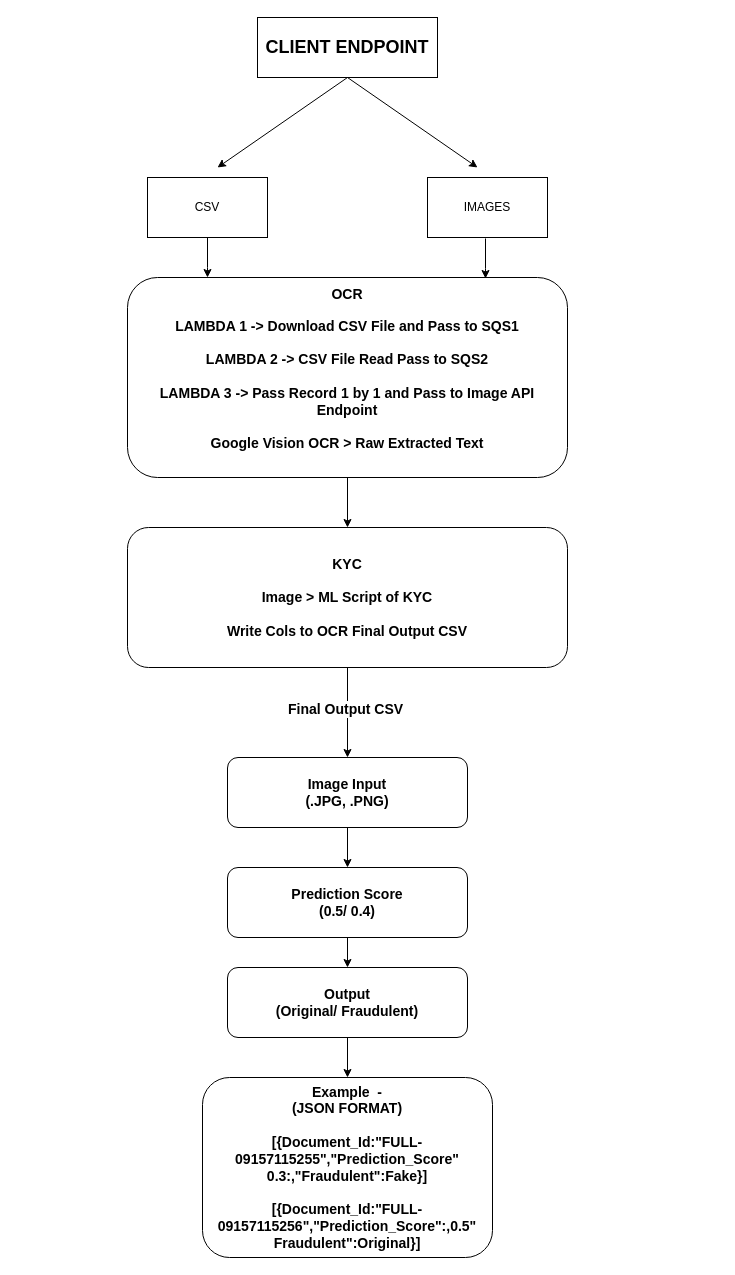
rushikesh-mallanath/draw keeps this draw.io diagram as Progress.drawio. Above is the earlier version. Source tidied: cells renumbered, new cells numbered last; positions are measured from the earlier drawing's top-left corner, leaving out a move shared by most shapes. Both pictures are drawn from the tidied source at 100%, with x=0, y=0 at pixel (127, 17).
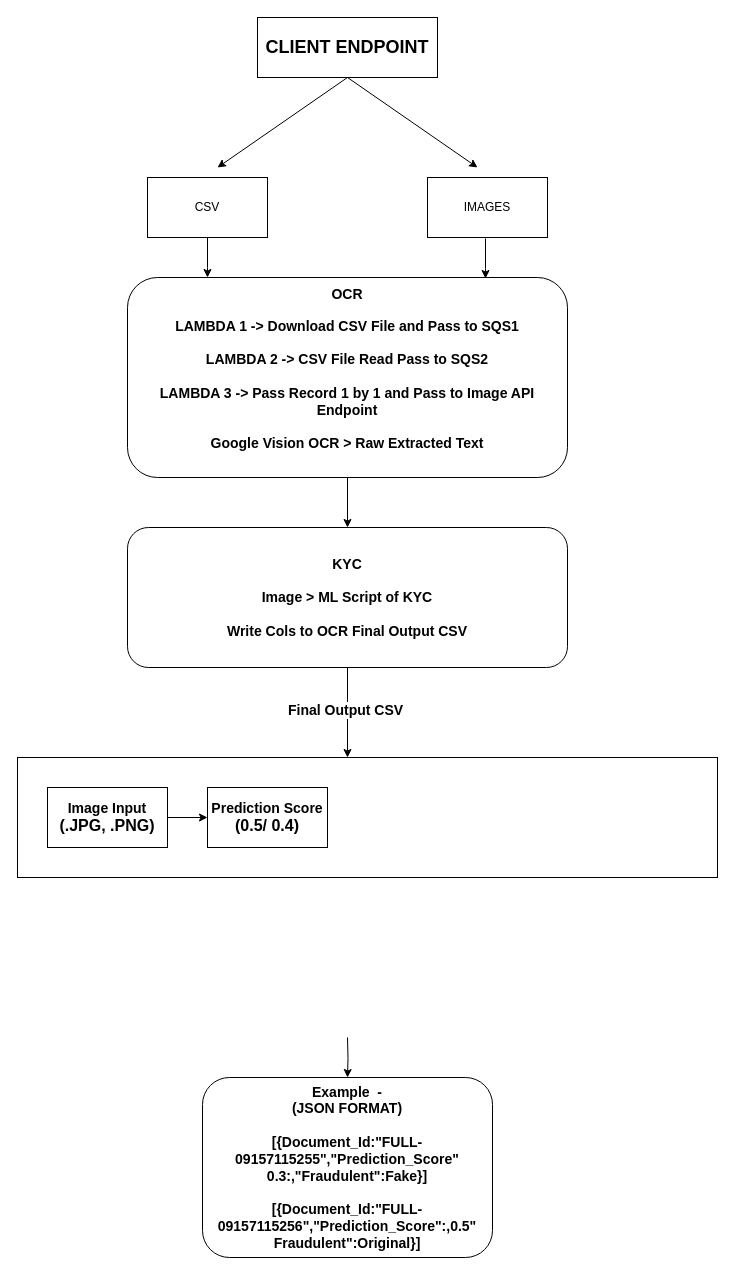
The same page after the edit.

The change refers to these unchanged cells:
```xml
<mxCell id="12" value="&lt;font style=&quot;font-size: 14px;&quot;&gt;&lt;b&gt;KYC&lt;br&gt;&lt;br&gt;Image &amp;gt; ML Script of KYC&lt;br&gt;&lt;br&gt;Write Cols to OCR Final Output CSV&lt;/b&gt;&lt;/font&gt;&lt;span style=&quot;font-size: 14px;&quot;&gt;&lt;b&gt;&lt;br&gt;&lt;/b&gt;&lt;/span&gt;" style="rounded=1;whiteSpace=wrap;html=1;align=center;" parent="1" vertex="1">
  <mxGeometry y="510" width="440" height="140" as="geometry" />
</mxCell>
```

The edit, as a diff of the source:
```diff
@@
+    <mxCell id="22" style="rounded=0;whiteSpace=wrap;html=1;" parent="1" vertex="1">
+      <mxGeometry x="-110" y="740" width="700" height="120" as="geometry" />
+    </mxCell>
@@
-    <mxCell id="10" style="edgeStyle=orthogonalEdgeStyle;rounded=0;jettySize=auto;html=1;entryX=0.5;entryY=0;entryDx=0;entryDy=0;" parent="1" edge="1" source="12" target="16">
-      <mxGeometry relative="1" as="geometry" />
+    <mxCell id="10" style="edgeStyle=orthogonalEdgeStyle;rounded=0;jettySize=auto;html=1;entryX=0.5;entryY=0;entryDx=0;entryDy=0;" parent="1" edge="1" source="12">
+      <mxGeometry relative="1" as="geometry">
+        <mxPoint x="220" y="740" as="targetPoint" />
+      </mxGeometry>
     </mxCell>
@@
-    <mxCell id="15" style="edgeStyle=orthogonalEdgeStyle;rounded=0;jettySize=auto;html=1;" parent="1" edge="1" source="16" target="18">
-      <mxGeometry relative="1" as="geometry" />
+    <mxCell id="15" style="edgeStyle=orthogonalEdgeStyle;rounded=0;orthogonalLoop=1;jettySize=auto;html=1;" parent="1" edge="1">
+      <mxGeometry relative="1" as="geometry">
+        <mxPoint x="220" y="810" as="sourcePoint" />
+      </mxGeometry>
     </mxCell>
+    <mxCell id="17" style="edgeStyle=orthogonalEdgeStyle;rounded=0;orthogonalLoop=1;jettySize=auto;html=1;" parent="1" edge="1">
+      <mxGeometry relative="1" as="geometry">
+        <mxPoint x="220" y="920" as="sourcePoint" />
+      </mxGeometry>
+    </mxCell>
+    <mxCell id="19" style="edgeStyle=orthogonalEdgeStyle;rounded=0;jettySize=auto;html=1;" parent="1" edge="1" target="21">
+      <mxGeometry relative="1" as="geometry">
+        <mxPoint x="220" y="1020" as="sourcePoint" />
+      </mxGeometry>
+    </mxCell>
+    <mxCell id="21" value="&lt;font style=&quot;&quot;&gt;&lt;font style=&quot;font-size: 14px;&quot;&gt;&lt;b&gt;&lt;font style=&quot;&quot;&gt;Example&lt;/font&gt;&lt;/b&gt;&lt;b style=&quot;border-color: var(--border-color); background-color: rgb(255, 255, 255);&quot;&gt;&amp;nbsp;&lt;/b&gt;&lt;b&gt;&lt;font style=&quot;&quot;&gt;&amp;nbsp;-&lt;br&gt;(JSON FORMAT)&lt;br&gt;&lt;br&gt;[{Document_Id:&quot;FULL-09157115255&quot;,&quot;Prediction_Score&quot; 0.3:,&quot;Fraudulent&quot;:Fake}]&lt;br&gt;&lt;/font&gt;&lt;br&gt;[{Document_Id:&quot;FULL-09157115256&quot;,&quot;Prediction_Score&quot;:,0.5&quot;&lt;br&gt;Fraudulent&quot;:Original}]&lt;/b&gt;&lt;/font&gt;&lt;br&gt;&lt;/font&gt;" style="rounded=1;whiteSpace=wrap;html=1;align=center;" parent="1" vertex="1">
+      <mxGeometry x="75" y="1060" width="290" height="180" as="geometry" />
+    </mxCell>
+    <mxCell id="23" style="edgeStyle=orthogonalEdgeStyle;rounded=0;jettySize=auto;html=1;" parent="1" edge="1" source="16" target="18">
+      <mxGeometry relative="1" as="geometry" />
+    </mxCell>
-    <mxCell id="16" value="&lt;font style=&quot;font-size: 14px;&quot;&gt;&lt;b&gt;Image Input&lt;br&gt;(.JPG, .PNG)&lt;br&gt;&lt;/b&gt;&lt;/font&gt;" style="rounded=1;whiteSpace=wrap;html=1;align=center;" parent="1" vertex="1">
-      <mxGeometry x="100" y="740" width="240" height="70" as="geometry" />
+    <mxCell id="16" value="&lt;div&gt;&lt;b&gt;&lt;font style=&quot;font-size: 14px;&quot;&gt;Image Input&lt;/font&gt;&lt;/b&gt;&lt;/div&gt;&lt;div&gt;&lt;b&gt;&lt;font size=&quot;3&quot;&gt;(.JPG, .PNG)&lt;/font&gt;&lt;/b&gt;&lt;/div&gt;" style="rounded=0;whiteSpace=wrap;html=1;" parent="1" vertex="1">
+      <mxGeometry x="-80" y="770" width="120" height="60" as="geometry" />
     </mxCell>
-    <mxCell id="17" style="edgeStyle=orthogonalEdgeStyle;rounded=0;jettySize=auto;html=1;" parent="1" edge="1" source="18" target="20">
-      <mxGeometry relative="1" as="geometry" />
-    </mxCell>
-    <mxCell id="18" value="&lt;font style=&quot;&quot;&gt;&lt;b&gt;&lt;font style=&quot;font-size: 14px;&quot;&gt;&lt;font style=&quot;&quot;&gt;Prediction Score&lt;br&gt;&lt;/font&gt;(0.5/ 0.4)&lt;/font&gt;&lt;/b&gt;&lt;br&gt;&lt;/font&gt;" style="rounded=1;whiteSpace=wrap;html=1;align=center;" parent="1" vertex="1">
-      <mxGeometry x="100" y="850" width="240" height="70" as="geometry" />
+    <mxCell id="18" value="&lt;div&gt;&lt;font style=&quot;font-size: 14px;&quot;&gt;&lt;b&gt;Prediction Score&lt;/b&gt;&lt;/font&gt;&lt;/div&gt;&lt;div&gt;&lt;font style=&quot;&quot; size=&quot;3&quot;&gt;&lt;b&gt;(0.5/ 0.4)&lt;/b&gt;&lt;/font&gt;&lt;/div&gt;" style="rounded=0;whiteSpace=wrap;html=1;" parent="1" vertex="1">
+      <mxGeometry x="80" y="770" width="120" height="60" as="geometry" />
     </mxCell>
-    <mxCell id="19" style="edgeStyle=orthogonalEdgeStyle;rounded=0;jettySize=auto;html=1;" parent="1" edge="1" source="20" target="21">
-      <mxGeometry relative="1" as="geometry" />
-    </mxCell>
-    <mxCell id="20" value="&lt;font style=&quot;&quot;&gt;&lt;b&gt;&lt;font style=&quot;font-size: 14px;&quot;&gt;Output&lt;br&gt;(Original/&amp;nbsp;&lt;span style=&quot;background-color: initial;&quot;&gt;Fraudulent&lt;/span&gt;)&lt;/font&gt;&lt;/b&gt;&lt;br&gt;&lt;/font&gt;" style="rounded=1;whiteSpace=wrap;html=1;align=center;" parent="1" vertex="1">
-      <mxGeometry x="100" y="950" width="240" height="70" as="geometry" />
-    </mxCell>
-    <mxCell id="21" value="&lt;font style=&quot;&quot;&gt;&lt;font style=&quot;font-size: 14px;&quot;&gt;&lt;b&gt;&lt;font style=&quot;&quot;&gt;Example&lt;/font&gt;&lt;/b&gt;&lt;b style=&quot;border-color: var(--border-color); background-color: rgb(255, 255, 255);&quot;&gt;&amp;nbsp;&lt;/b&gt;&lt;b&gt;&lt;font style=&quot;&quot;&gt;&amp;nbsp;-&lt;br&gt;(JSON FORMAT)&lt;br&gt;&lt;br&gt;[{Document_Id:&quot;FULL-09157115255&quot;,&quot;Prediction_Score&quot; 0.3:,&quot;Fraudulent&quot;:Fake}]&lt;br&gt;&lt;/font&gt;&lt;br&gt;[{Document_Id:&quot;FULL-09157115256&quot;,&quot;Prediction_Score&quot;:,0.5&quot;&lt;br&gt;Fraudulent&quot;:Original}]&lt;/b&gt;&lt;/font&gt;&lt;br&gt;&lt;/font&gt;" style="rounded=1;whiteSpace=wrap;html=1;align=center;" parent="1" vertex="1">
-      <mxGeometry x="75" y="1060" width="290" height="180" as="geometry" />
-    </mxCell>
```
